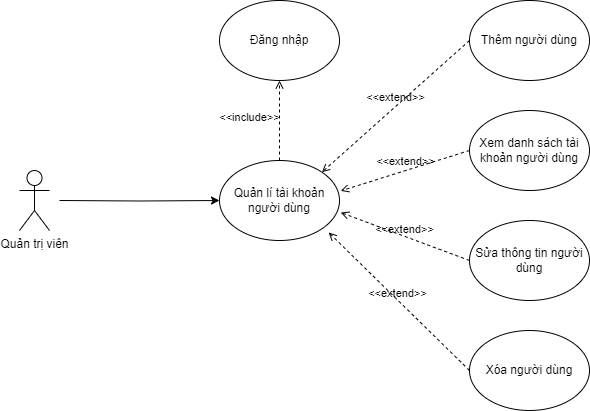
Earlier version of the draw.io export latex_thesis/Images/use_case/use_case_manage_users.png (techcomrade/fmECG). Source tidied: cells renumbered, new cells last; positions are measured from the earlier drawing's top-left corner, leaving out a move shared by most shapes. Source of this version:
```xml
<mxGraphModel>
  <root>
    <mxCell id="0" />
    <mxCell id="1" parent="0" />
    <mxCell id="2" value="Quản lí tài khoản người dùng" style="ellipse;whiteSpace=wrap;html=1;" parent="1" vertex="1">
      <mxGeometry x="200" y="160" width="120" height="80" as="geometry" />
    </mxCell>
    <mxCell id="3" style="edgeStyle=orthogonalEdgeStyle;rounded=0;jettySize=auto;html=1;entryX=0;entryY=0.5;entryDx=0;entryDy=0;" parent="1" edge="1" target="2">
      <mxGeometry relative="1" as="geometry">
        <mxPoint x="40" y="200" as="sourcePoint" />
      </mxGeometry>
    </mxCell>
    <mxCell id="4" value="Quản trị viên" style="shape=umlActor;html=1;verticalLabelPosition=bottom;verticalAlign=top;align=center;" parent="1" vertex="1">
      <mxGeometry y="170" width="30" height="60" as="geometry" />
    </mxCell>
    <mxCell id="5" value="Đăng nhập" style="ellipse;whiteSpace=wrap;html=1;" parent="1" vertex="1">
      <mxGeometry x="200" width="120" height="80" as="geometry" />
    </mxCell>
    <mxCell id="6" value="&amp;lt;&amp;lt;include&amp;gt;&amp;gt;" style="html=1;verticalAlign=bottom;labelBackgroundColor=none;endArrow=open;endFill=0;dashed=1;rounded=0;exitX=0.5;exitY=0;exitDx=0;exitDy=0;entryX=0.5;entryY=1;entryDx=0;entryDy=0;" parent="1" edge="1" source="2" target="5">
      <mxGeometry x="-0.14" y="30" relative="1" as="geometry" />
    </mxCell>
    <mxCell id="7" value="Thêm người dùng" style="ellipse;whiteSpace=wrap;html=1;" parent="1" vertex="1">
      <mxGeometry x="450" width="120" height="80" as="geometry" />
    </mxCell>
    <mxCell id="8" value="Sửa thông tin người dùng" style="ellipse;whiteSpace=wrap;html=1;" parent="1" vertex="1">
      <mxGeometry x="450" y="220" width="120" height="80" as="geometry" />
    </mxCell>
    <mxCell id="9" value="&amp;lt;&amp;lt;extend&amp;gt;&amp;gt;" style="html=1;verticalAlign=bottom;labelBackgroundColor=none;endArrow=open;endFill=0;dashed=1;rounded=0;exitX=0;exitY=0.5;exitDx=0;exitDy=0;entryX=1;entryY=0;entryDx=0;entryDy=0;" parent="1" edge="1" source="7" target="2">
      <mxGeometry relative="1" as="geometry" />
    </mxCell>
    <mxCell id="10" value="&amp;lt;&amp;lt;extend&amp;gt;&amp;gt;" style="html=1;verticalAlign=bottom;labelBackgroundColor=none;endArrow=open;endFill=0;dashed=1;rounded=0;exitX=0;exitY=0.5;exitDx=0;exitDy=0;entryX=1.01;entryY=0.65;entryDx=0;entryDy=0;entryPerimeter=0;" parent="1" edge="1" source="8" target="2">
      <mxGeometry y="2" relative="1" as="geometry" />
    </mxCell>
    <mxCell id="11" value="Xóa người dùng" style="ellipse;whiteSpace=wrap;html=1;" parent="1" vertex="1">
      <mxGeometry x="450" y="330" width="120" height="80" as="geometry" />
    </mxCell>
    <mxCell id="12" value="&amp;lt;&amp;lt;extend&amp;gt;&amp;gt;" style="html=1;verticalAlign=bottom;labelBackgroundColor=none;endArrow=open;endFill=0;dashed=1;rounded=0;exitX=0;exitY=0.5;exitDx=0;exitDy=0;entryX=0.91;entryY=0.9;entryDx=0;entryDy=0;entryPerimeter=0;" parent="1" edge="1" source="11" target="2">
      <mxGeometry y="2" relative="1" as="geometry" />
    </mxCell>
    <mxCell id="13" value="Xem danh sách tài khoản người dùng" style="ellipse;whiteSpace=wrap;html=1;" parent="1" vertex="1">
      <mxGeometry x="450" y="110" width="120" height="80" as="geometry" />
    </mxCell>
    <mxCell id="14" value="&amp;lt;&amp;lt;extend&amp;gt;&amp;gt;" style="html=1;verticalAlign=bottom;labelBackgroundColor=none;endArrow=open;endFill=0;dashed=1;rounded=0;exitX=0;exitY=0.5;exitDx=0;exitDy=0;entryX=1.01;entryY=0.38;entryDx=0;entryDy=0;entryPerimeter=0;" parent="1" edge="1" source="13" target="2">
      <mxGeometry relative="1" as="geometry" />
    </mxCell>
  </root>
</mxGraphModel>
```
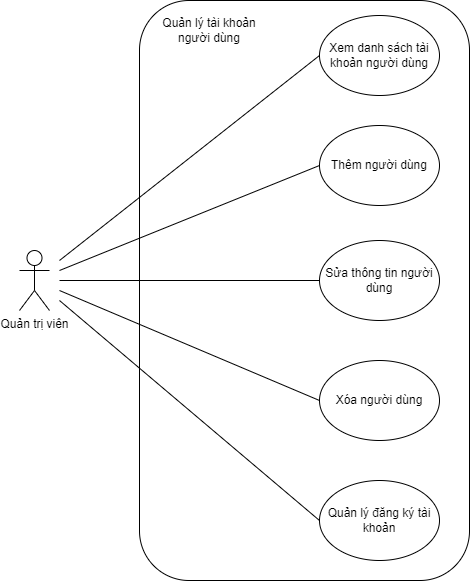
After the commit.

Commit message:
improve(thesis): update use case and crc card

The edit, as a diff of the source:
```diff
@@ -2,46 +2,54 @@
   <root>
     <mxCell id="0" />
     <mxCell id="1" parent="0" />
-    <mxCell id="2" value="Quản lí tài khoản người dùng" style="ellipse;whiteSpace=wrap;html=1;" parent="1" vertex="1">
-      <mxGeometry x="200" y="160" width="120" height="80" as="geometry" />
-    </mxCell>
-    <mxCell id="3" style="edgeStyle=orthogonalEdgeStyle;rounded=0;jettySize=auto;html=1;entryX=0;entryY=0.5;entryDx=0;entryDy=0;" parent="1" edge="1" target="2">
-      <mxGeometry relative="1" as="geometry">
-        <mxPoint x="40" y="200" as="sourcePoint" />
-      </mxGeometry>
-    </mxCell>
+    <mxCell id="15" style="rounded=1;whiteSpace=wrap;html=1;fillColor=none;" parent="1" vertex="1">
+      <mxGeometry x="110" y="-990" width="330" height="580" as="geometry" />
+    </mxCell>
+    <mxCell id="13" value="Xem danh sách tài khoản người dùng" style="ellipse;whiteSpace=wrap;html=1;" parent="1" vertex="1">
+      <mxGeometry x="290" y="-975" width="120" height="80" as="geometry" />
+    </mxCell>
+    <mxCell id="7" value="Thêm người dùng" style="ellipse;whiteSpace=wrap;html=1;" parent="1" vertex="1">
+      <mxGeometry x="290" y="-865" width="120" height="80" as="geometry" />
+    </mxCell>
+    <mxCell id="16" style="endArrow=none;html=1;rounded=0;entryX=0;entryY=0.5;entryDx=0;entryDy=0;" parent="1" edge="1" target="13">
+      <mxGeometry relative="1" as="geometry">
+        <mxPoint x="30" y="-730" as="sourcePoint" />
+      </mxGeometry>
+    </mxCell>
+    <mxCell id="17" style="endArrow=none;html=1;rounded=0;entryX=0;entryY=0.5;entryDx=0;entryDy=0;" parent="1" edge="1" target="7">
+      <mxGeometry relative="1" as="geometry">
+        <mxPoint x="30" y="-720" as="sourcePoint" />
+      </mxGeometry>
+    </mxCell>
+    <mxCell id="18" value="Quản lý tài khoản người dùng" style="text;html=1;align=center;verticalAlign=middle;whiteSpace=wrap;rounded=0;" parent="1" vertex="1">
+      <mxGeometry x="120" y="-975" width="120" height="30" as="geometry" />
+    </mxCell>
+    <mxCell id="8" value="Sửa thông tin người dùng" style="ellipse;whiteSpace=wrap;html=1;" parent="1" vertex="1">
+      <mxGeometry x="290" y="-750" width="120" height="80" as="geometry" />
+    </mxCell>
+    <mxCell id="11" value="Xóa người dùng" style="ellipse;whiteSpace=wrap;html=1;" parent="1" vertex="1">
+      <mxGeometry x="290" y="-630" width="120" height="80" as="geometry" />
+    </mxCell>
     <mxCell id="4" value="Quản trị viên" style="shape=umlActor;html=1;verticalLabelPosition=bottom;verticalAlign=top;align=center;" parent="1" vertex="1">
-      <mxGeometry y="170" width="30" height="60" as="geometry" />
+      <mxGeometry x="-10" y="-740" width="30" height="60" as="geometry" />
     </mxCell>
-    <mxCell id="5" value="Đăng nhập" style="ellipse;whiteSpace=wrap;html=1;" parent="1" vertex="1">
-      <mxGeometry x="200" width="120" height="80" as="geometry" />
-    </mxCell>
-    <mxCell id="6" value="&amp;lt;&amp;lt;include&amp;gt;&amp;gt;" style="html=1;verticalAlign=bottom;labelBackgroundColor=none;endArrow=open;endFill=0;dashed=1;rounded=0;exitX=0.5;exitY=0;exitDx=0;exitDy=0;entryX=0.5;entryY=1;entryDx=0;entryDy=0;" parent="1" edge="1" source="2" target="5">
-      <mxGeometry x="-0.14" y="30" relative="1" as="geometry" />
-    </mxCell>
-    <mxCell id="7" value="Thêm người dùng" style="ellipse;whiteSpace=wrap;html=1;" parent="1" vertex="1">
-      <mxGeometry x="450" width="120" height="80" as="geometry" />
-    </mxCell>
-    <mxCell id="8" value="Sửa thông tin người dùng" style="ellipse;whiteSpace=wrap;html=1;" parent="1" vertex="1">
-      <mxGeometry x="450" y="220" width="120" height="80" as="geometry" />
-    </mxCell>
-    <mxCell id="9" value="&amp;lt;&amp;lt;extend&amp;gt;&amp;gt;" style="html=1;verticalAlign=bottom;labelBackgroundColor=none;endArrow=open;endFill=0;dashed=1;rounded=0;exitX=0;exitY=0.5;exitDx=0;exitDy=0;entryX=1;entryY=0;entryDx=0;entryDy=0;" parent="1" edge="1" source="7" target="2">
-      <mxGeometry relative="1" as="geometry" />
-    </mxCell>
-    <mxCell id="10" value="&amp;lt;&amp;lt;extend&amp;gt;&amp;gt;" style="html=1;verticalAlign=bottom;labelBackgroundColor=none;endArrow=open;endFill=0;dashed=1;rounded=0;exitX=0;exitY=0.5;exitDx=0;exitDy=0;entryX=1.01;entryY=0.65;entryDx=0;entryDy=0;entryPerimeter=0;" parent="1" edge="1" source="8" target="2">
-      <mxGeometry y="2" relative="1" as="geometry" />
-    </mxCell>
-    <mxCell id="11" value="Xóa người dùng" style="ellipse;whiteSpace=wrap;html=1;" parent="1" vertex="1">
-      <mxGeometry x="450" y="330" width="120" height="80" as="geometry" />
-    </mxCell>
-    <mxCell id="12" value="&amp;lt;&amp;lt;extend&amp;gt;&amp;gt;" style="html=1;verticalAlign=bottom;labelBackgroundColor=none;endArrow=open;endFill=0;dashed=1;rounded=0;exitX=0;exitY=0.5;exitDx=0;exitDy=0;entryX=0.91;entryY=0.9;entryDx=0;entryDy=0;entryPerimeter=0;" parent="1" edge="1" source="11" target="2">
-      <mxGeometry y="2" relative="1" as="geometry" />
-    </mxCell>
-    <mxCell id="13" value="Xem danh sách tài khoản người dùng" style="ellipse;whiteSpace=wrap;html=1;" parent="1" vertex="1">
-      <mxGeometry x="450" y="110" width="120" height="80" as="geometry" />
-    </mxCell>
-    <mxCell id="14" value="&amp;lt;&amp;lt;extend&amp;gt;&amp;gt;" style="html=1;verticalAlign=bottom;labelBackgroundColor=none;endArrow=open;endFill=0;dashed=1;rounded=0;exitX=0;exitY=0.5;exitDx=0;exitDy=0;entryX=1.01;entryY=0.38;entryDx=0;entryDy=0;entryPerimeter=0;" parent="1" edge="1" source="13" target="2">
-      <mxGeometry relative="1" as="geometry" />
-    </mxCell>
+    <mxCell id="19" style="endArrow=none;html=1;rounded=0;entryX=0;entryY=0.5;entryDx=0;entryDy=0;" parent="1" edge="1" target="8">
+      <mxGeometry relative="1" as="geometry">
+        <mxPoint x="30" y="-710" as="sourcePoint" />
+      </mxGeometry>
+    </mxCell>
+    <mxCell id="20" style="endArrow=none;html=1;rounded=0;entryX=0;entryY=0.5;entryDx=0;entryDy=0;" parent="1" edge="1" target="11">
+      <mxGeometry relative="1" as="geometry">
+        <mxPoint x="30" y="-700" as="sourcePoint" />
+      </mxGeometry>
+    </mxCell>
+    <mxCell id="21" value="Quản lý đăng ký tài khoản" style="ellipse;whiteSpace=wrap;html=1;" parent="1" vertex="1">
+      <mxGeometry x="290" y="-510" width="120" height="80" as="geometry" />
+    </mxCell>
+    <mxCell id="22" style="endArrow=none;html=1;rounded=0;entryX=0;entryY=0.5;entryDx=0;entryDy=0;" parent="1" edge="1" target="21">
+      <mxGeometry relative="1" as="geometry">
+        <mxPoint x="30" y="-690" as="sourcePoint" />
+      </mxGeometry>
+    </mxCell>
   </root>
 </mxGraphModel>
```
